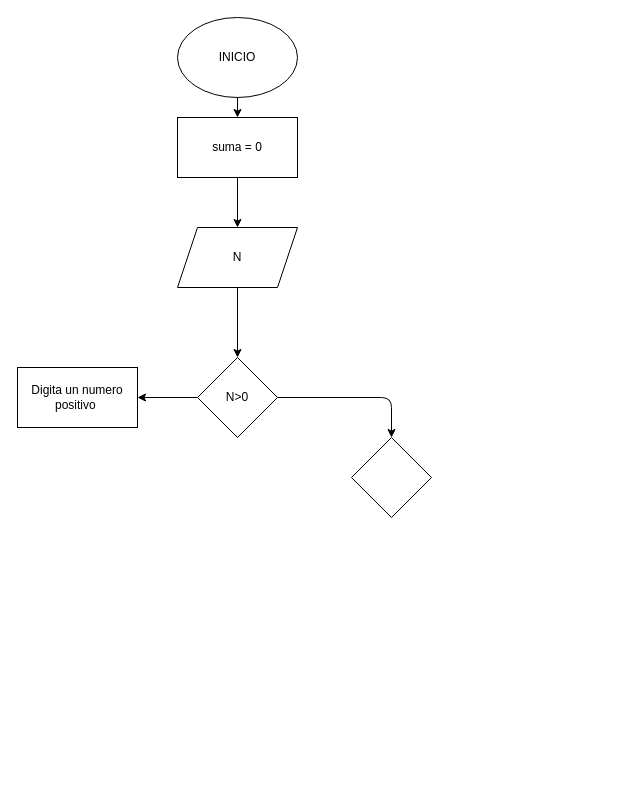
Earlier version of the draw.io diagram ejercicio_1/diagrama.drawio (JorgeM28/taller_1_2corte). Source tidied: cells renumbered, new cells numbered last; positions are measured from the earlier drawing's top-left corner, leaving out a move shared by most shapes. Both pictures are drawn from the tidied source at 100%, with x=0, y=0 at pixel (17, 17).
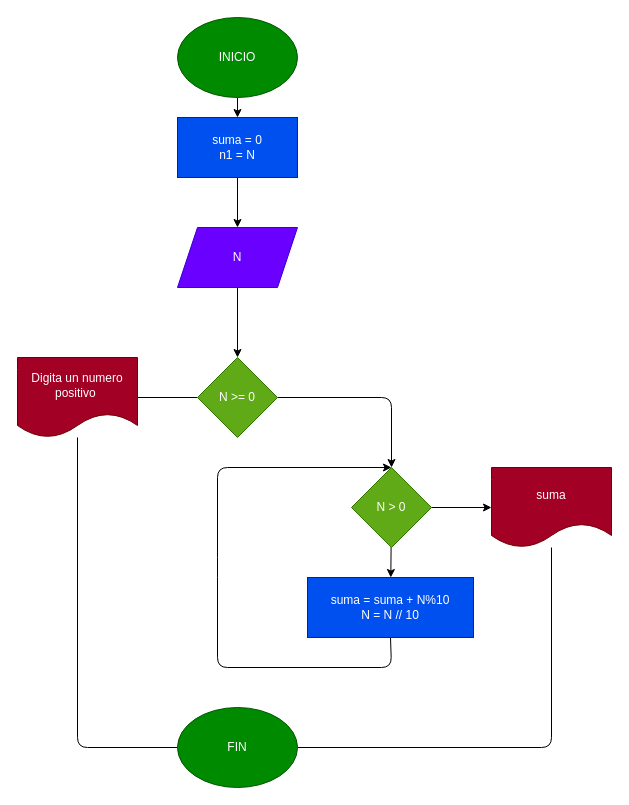
The same page after the edit.

What changed in the source:
```diff
@@
-    <mxCell id="3" value="INICIO" style="ellipse;whiteSpace=wrap;html=1;" parent="1" vertex="1">
+    <mxCell id="3" value="INICIO" style="ellipse;whiteSpace=wrap;html=1;fillColor=#008a00;fontColor=#ffffff;strokeColor=#005700;" parent="1" vertex="1">
       <mxGeometry x="160" width="120" height="80" as="geometry" />
     </mxCell>
@@
-    <mxCell id="5" value="N" style="shape=parallelogram;perimeter=parallelogramPerimeter;whiteSpace=wrap;html=1;fixedSize=1;" parent="1" vertex="1">
+    <mxCell id="5" value="N" style="shape=parallelogram;perimeter=parallelogramPerimeter;whiteSpace=wrap;html=1;fixedSize=1;fillColor=#6a00ff;fontColor=#ffffff;strokeColor=#3700CC;" parent="1" vertex="1">
       <mxGeometry x="160" y="210" width="120" height="60" as="geometry" />
     </mxCell>
+    <mxCell id="7" style="edgeStyle=none;html=1;" parent="1" edge="1" source="8" target="10">
+      <mxGeometry relative="1" as="geometry">
+        <Array as="points">
+          <mxPoint x="374" y="380" />
+        </Array>
+      </mxGeometry>
+    </mxCell>
-    <mxCell id="6" style="edgeStyle=none;html=1;" parent="1" edge="1" source="8" target="9">
+    <mxCell id="6" style="edgeStyle=none;html=1;endArrow=none;endFill=0;" parent="1" edge="1" source="8" target="9">
       <mxGeometry relative="1" as="geometry" />
     </mxCell>
-    <mxCell id="7" style="edgeStyle=none;html=1;" parent="1" edge="1" source="8" target="10">
-      <mxGeometry relative="1" as="geometry">
-        <Array as="points">
-          <mxPoint x="374" y="380" />
-        </Array>
-      </mxGeometry>
-    </mxCell>
-    <mxCell id="8" value="N&amp;gt;0" style="rhombus;whiteSpace=wrap;html=1;" parent="1" vertex="1">
+    <mxCell id="8" value="N &amp;gt;= 0" style="rhombus;whiteSpace=wrap;html=1;fillColor=#60a917;fontColor=#ffffff;strokeColor=#2D7600;" parent="1" vertex="1">
       <mxGeometry x="180" y="340" width="80" height="80" as="geometry" />
     </mxCell>
-    <mxCell id="9" value="Digita un numero positivo&amp;nbsp;" style="whiteSpace=wrap;html=1;" parent="1" vertex="1">
-      <mxGeometry y="350" width="120" height="60" as="geometry" />
-    </mxCell>
+    <mxCell id="13" style="edgeStyle=none;html=1;" parent="1" edge="1" source="10" target="16">
+      <mxGeometry relative="1" as="geometry" />
+    </mxCell>
+    <mxCell id="14" style="edgeStyle=none;html=1;" parent="1" edge="1" source="10" target="17">
+      <mxGeometry relative="1" as="geometry" />
+    </mxCell>
-    <mxCell id="10" style="rhombus;whiteSpace=wrap;html=1;" parent="1" vertex="1">
-      <mxGeometry x="334" y="420" width="80" height="80" as="geometry" />
+    <mxCell id="10" value="N &amp;gt; 0" style="rhombus;whiteSpace=wrap;html=1;fillColor=#60a917;fontColor=#ffffff;strokeColor=#2D7600;" parent="1" vertex="1">
+      <mxGeometry x="334" y="450" width="80" height="80" as="geometry" />
     </mxCell>
@@
-    <mxCell id="12" value="suma = 0" style="whiteSpace=wrap;html=1;" parent="1" vertex="1">
+    <mxCell id="12" value="suma = 0&lt;br&gt;n1 = N" style="whiteSpace=wrap;html=1;fillColor=#0050ef;fontColor=#ffffff;strokeColor=#001DBC;" parent="1" vertex="1">
       <mxGeometry x="160" y="100" width="120" height="60" as="geometry" />
     </mxCell>
+    <mxCell id="15" style="edgeStyle=none;html=1;exitX=0.5;exitY=1;exitDx=0;exitDy=0;entryX=0.5;entryY=0;entryDx=0;entryDy=0;" parent="1" edge="1" source="16" target="10">
+      <mxGeometry relative="1" as="geometry">
+        <Array as="points">
+          <mxPoint x="374" y="650" />
+          <mxPoint x="200" y="650" />
+          <mxPoint x="200" y="550" />
+          <mxPoint x="200" y="450" />
+        </Array>
+      </mxGeometry>
+    </mxCell>
+    <mxCell id="16" value="suma = suma + N%10&lt;br&gt;N = N // 10" style="whiteSpace=wrap;html=1;fillColor=#0050ef;fontColor=#ffffff;strokeColor=#001DBC;" parent="1" vertex="1">
+      <mxGeometry x="290" y="560" width="166" height="60" as="geometry" />
+    </mxCell>
+    <mxCell id="17" value="suma" style="shape=document;whiteSpace=wrap;html=1;boundedLbl=1;fillColor=#a20025;fontColor=#ffffff;strokeColor=#6F0000;" parent="1" vertex="1">
+      <mxGeometry x="474" y="450" width="120" height="80" as="geometry" />
+    </mxCell>
+    <mxCell id="18" style="edgeStyle=none;html=1;exitX=1;exitY=0.5;exitDx=0;exitDy=0;endArrow=none;endFill=0;" parent="1" edge="1" source="20" target="17">
+      <mxGeometry relative="1" as="geometry">
+        <Array as="points">
+          <mxPoint x="534" y="730" />
+        </Array>
+      </mxGeometry>
+    </mxCell>
+    <mxCell id="19" style="edgeStyle=none;html=1;exitX=0;exitY=0.5;exitDx=0;exitDy=0;endArrow=none;endFill=0;" parent="1" edge="1" source="20" target="9">
+      <mxGeometry relative="1" as="geometry">
+        <Array as="points">
+          <mxPoint x="60" y="730" />
+        </Array>
+      </mxGeometry>
+    </mxCell>
+    <mxCell id="20" value="FIN" style="ellipse;whiteSpace=wrap;html=1;fillColor=#008a00;fontColor=#ffffff;strokeColor=#005700;" parent="1" vertex="1">
+      <mxGeometry x="160" y="690" width="120" height="80" as="geometry" />
+    </mxCell>
+    <mxCell id="9" value="&lt;span&gt;Digita un numero positivo&amp;nbsp;&lt;/span&gt;" style="shape=document;whiteSpace=wrap;html=1;boundedLbl=1;fillColor=#a20025;fontColor=#ffffff;strokeColor=#6F0000;" parent="1" vertex="1">
+      <mxGeometry y="340" width="120" height="80" as="geometry" />
+    </mxCell>
```
